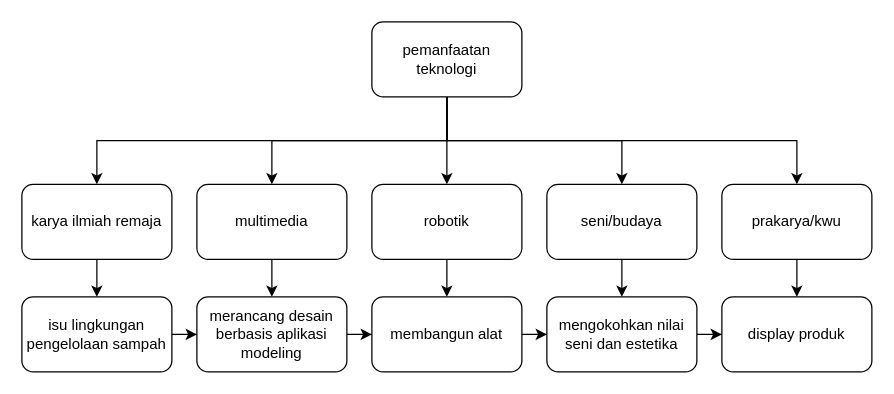
The draw.io diagram Untitled Diagram.drawio in smpsransa/html, before the edit. Source tidied: cells renumbered, new cells numbered last; positions are measured from the earlier drawing's top-left corner, leaving out a move shared by most shapes. Both pictures are drawn from the tidied source at 125%, with x=0, y=0 at pixel (21, 21).
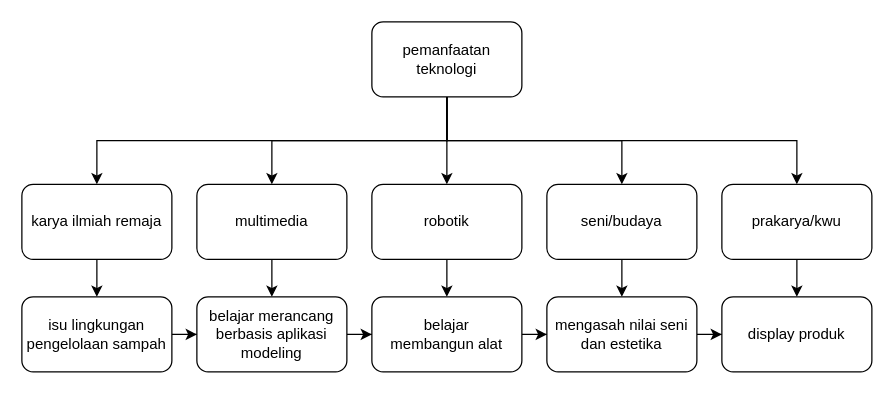
The same page after the edit.

Change to the diagram source:
```diff
@@
-    <mxCell id="21" value="membangun alat" style="rounded=1;whiteSpace=wrap;html=1;" parent="1" vertex="1">
+    <mxCell id="21" value="belajar&lt;br&gt;membangun alat" style="rounded=1;whiteSpace=wrap;html=1;" parent="1" vertex="1">
       <mxGeometry x="280" y="220" width="120" height="60" as="geometry" />
     </mxCell>
@@
-    <mxCell id="23" value="merancang desain berbasis aplikasi modeling" style="rounded=1;whiteSpace=wrap;html=1;" parent="1" vertex="1">
+    <mxCell id="23" value="belajar merancang berbasis aplikasi modeling" style="rounded=1;whiteSpace=wrap;html=1;" parent="1" vertex="1">
       <mxGeometry x="140" y="220" width="120" height="60" as="geometry" />
     </mxCell>
@@
-    <mxCell id="25" value="mengokohkan nilai seni dan estetika" style="rounded=1;whiteSpace=wrap;html=1;" parent="1" vertex="1">
+    <mxCell id="25" value="mengasah nilai seni dan estetika" style="rounded=1;whiteSpace=wrap;html=1;" parent="1" vertex="1">
       <mxGeometry x="420" y="220" width="120" height="60" as="geometry" />
     </mxCell>
```
